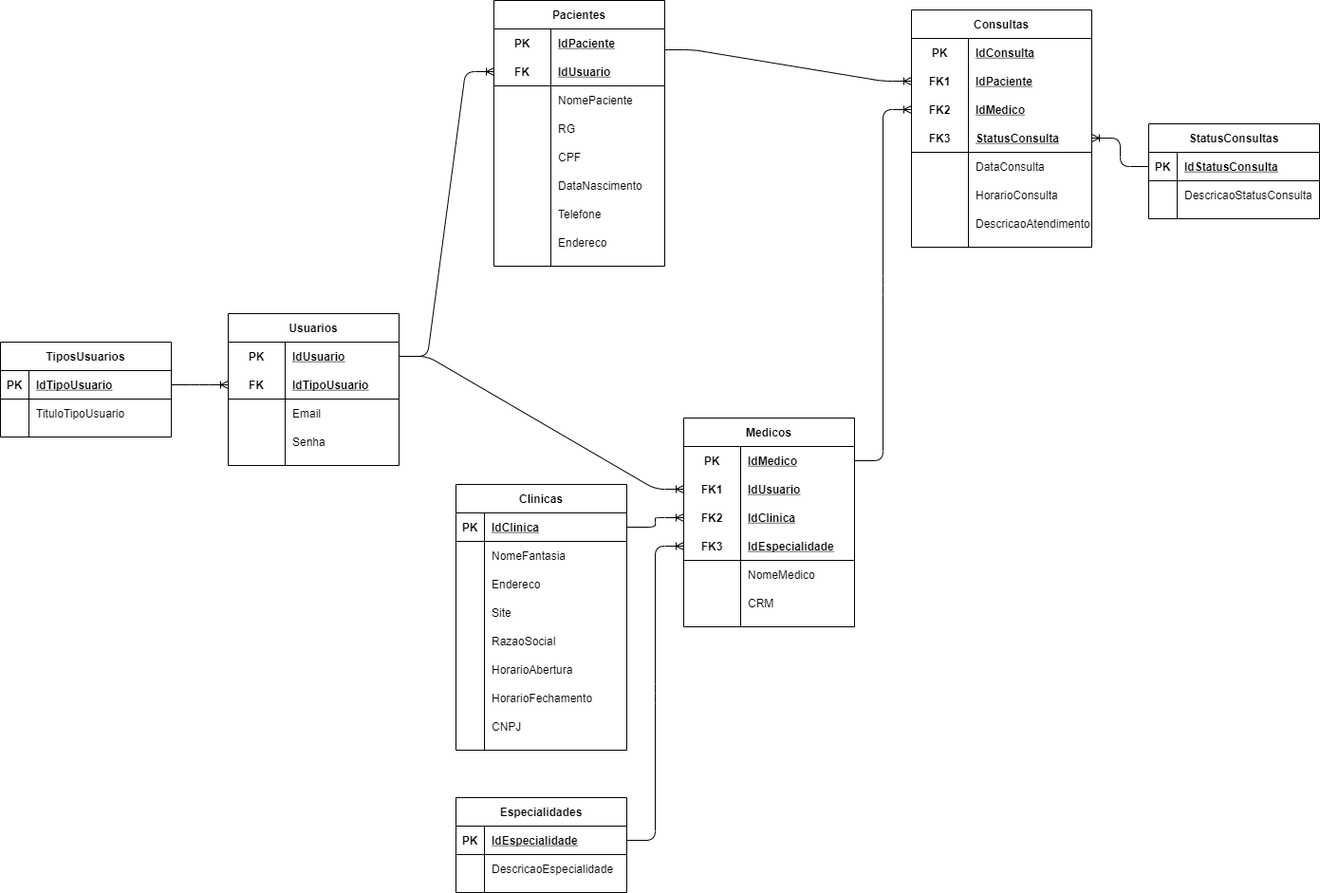
Above: SP_Medical_Group/SP_Medical_Group-Lógico.png in Carlos-Augusto-Roque/Sprint1_bd (draw.io), before the change. Source tidied: cells renumbered, new cells last; positions are measured from the earlier drawing's top-left corner, leaving out a move shared by most shapes.
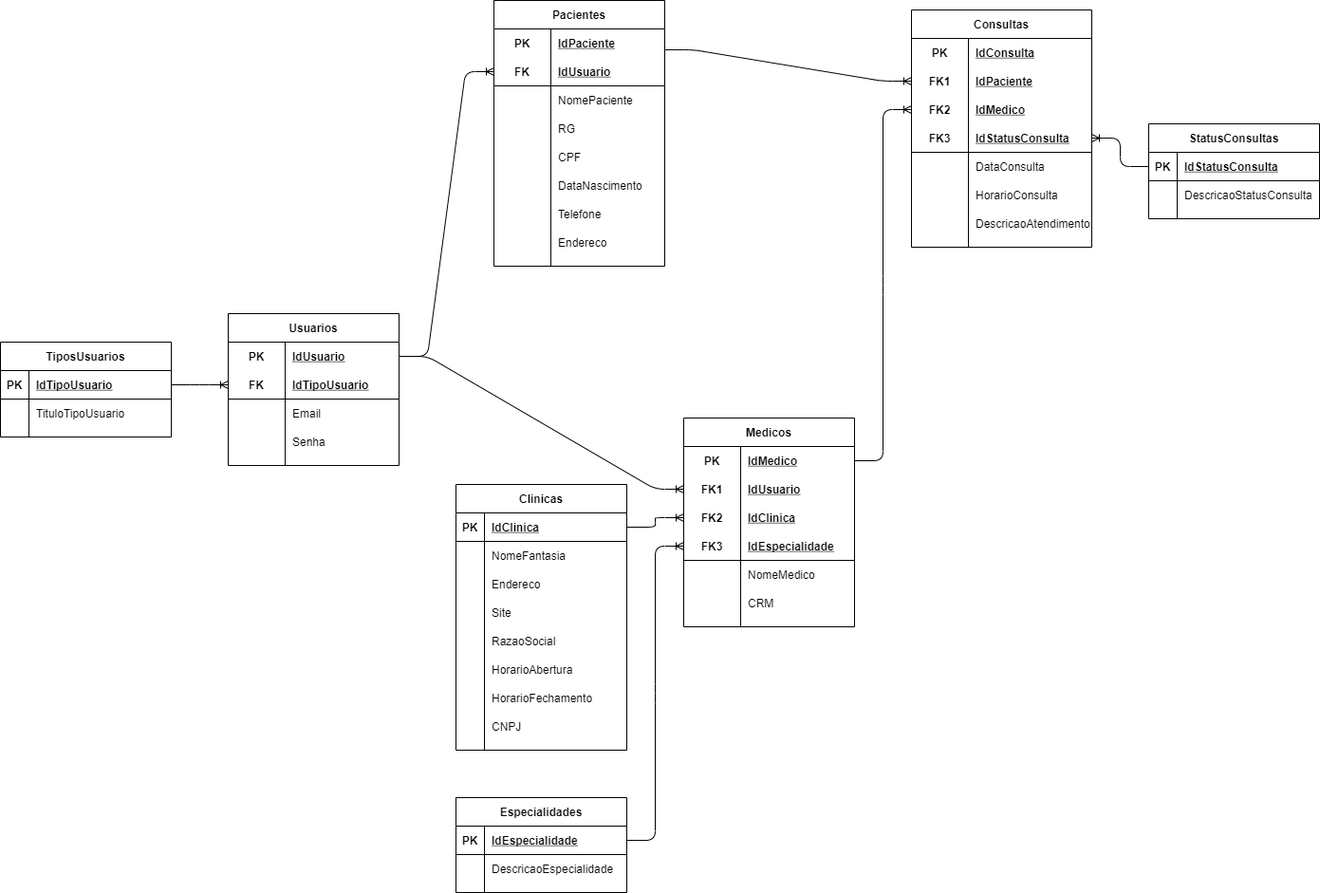
After the change.

The edit, as a diff of the source:
```diff
@@ -275,7 +275,7 @@
     <mxCell id="92" value="FK3" style="shape=partialRectangle;fillColor=none;top=0;left=0;bottom=0;right=0;fontStyle=1;overflow=hidden;" parent="91" vertex="1">
       <mxGeometry width="60" height="30" as="geometry" />
     </mxCell>
-    <mxCell id="93" value="StatusConsulta" style="shape=partialRectangle;fillColor=none;top=0;left=0;bottom=0;right=0;align=left;spacingLeft=6;fontStyle=5;overflow=hidden;" parent="91" vertex="1">
+    <mxCell id="93" value="IdStatusConsulta" style="shape=partialRectangle;fillColor=none;top=0;left=0;bottom=0;right=0;align=left;spacingLeft=6;fontStyle=5;overflow=hidden;" parent="91" vertex="1">
       <mxGeometry x="60" width="130" height="30" as="geometry" />
     </mxCell>
     <mxCell id="94" style="shape=partialRectangle;fillColor=none;top=0;left=0;bottom=0;right=0;" parent="81" vertex="1">
```
